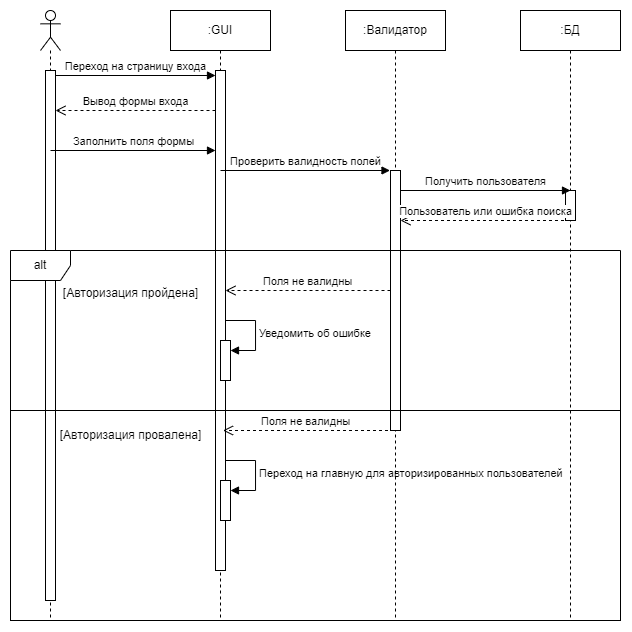
Above: docs/sequence.png in AS2/habrolink (draw.io), before the change. Source tidied: cells renumbered, new cells last; positions are measured from the earlier drawing's top-left corner, leaving out a move shared by most shapes. Source of this version:
```xml
<mxGraphModel>
  <root>
    <mxCell id="0" />
    <mxCell id="1" parent="0" />
    <mxCell id="2" style="rounded=0;whiteSpace=wrap;html=1;fillColor=none;" parent="1" vertex="1">
      <mxGeometry y="400" width="610" height="210" as="geometry" />
    </mxCell>
    <mxCell id="3" value=":GUI" style="shape=umlLifeline;perimeter=lifelinePerimeter;whiteSpace=wrap;html=1;newEdgeStyle={&quot;edgeStyle&quot;:&quot;elbowEdgeStyle&quot;,&quot;elbow&quot;:&quot;vertical&quot;,&quot;curved&quot;:0,&quot;rounded&quot;:0};" parent="1" vertex="1">
      <mxGeometry x="160" width="100" height="610" as="geometry" />
    </mxCell>
    <mxCell id="4" style="html=1;points=[];perimeter=orthogonalPerimeter;outlineConnect=0;targetShapes=umlLifeline;portConstraint=eastwest;newEdgeStyle={&quot;edgeStyle&quot;:&quot;elbowEdgeStyle&quot;,&quot;elbow&quot;:&quot;vertical&quot;,&quot;curved&quot;:0,&quot;rounded&quot;:0};" parent="3" vertex="1">
      <mxGeometry x="45" y="60" width="10" height="500" as="geometry" />
    </mxCell>
    <mxCell id="5" style="html=1;points=[[0,0,0,0,5],[0,1,0,0,-5],[1,0,0,0,5],[1,1,0,0,-5]];perimeter=orthogonalPerimeter;outlineConnect=0;targetShapes=umlLifeline;portConstraint=eastwest;newEdgeStyle={&quot;curved&quot;:0,&quot;rounded&quot;:0};" parent="3" vertex="1">
      <mxGeometry x="50" y="470" width="10" height="40" as="geometry" />
    </mxCell>
    <mxCell id="6" value="Переход на главную для авторизированных пользователей" style="html=1;align=left;spacingLeft=2;endArrow=block;rounded=0;edgeStyle=orthogonalEdgeStyle;curved=0;rounded=0;" parent="3" edge="1" target="5">
      <mxGeometry relative="1" as="geometry">
        <mxPoint x="55" y="450" as="sourcePoint" />
        <Array as="points">
          <mxPoint x="85" y="480" />
        </Array>
      </mxGeometry>
    </mxCell>
    <mxCell id="7" value=":Валидатор" style="shape=umlLifeline;perimeter=lifelinePerimeter;whiteSpace=wrap;html=1;newEdgeStyle={&quot;edgeStyle&quot;:&quot;elbowEdgeStyle&quot;,&quot;elbow&quot;:&quot;vertical&quot;,&quot;curved&quot;:0,&quot;rounded&quot;:0};" parent="1" vertex="1">
      <mxGeometry x="335" width="100" height="610" as="geometry" />
    </mxCell>
    <mxCell id="8" style="html=1;perimeter=orthogonalPerimeter;targetShapes=umlLifeline;newEdgeStyle={&quot;edgeStyle&quot;:&quot;elbowEdgeStyle&quot;,&quot;elbow&quot;:&quot;vertical&quot;,&quot;curved&quot;:0,&quot;rounded&quot;:0};" parent="7" vertex="1">
      <mxGeometry x="45" y="160" width="10" height="260" as="geometry" />
    </mxCell>
    <mxCell id="9" value=":БД" style="shape=umlLifeline;perimeter=lifelinePerimeter;whiteSpace=wrap;html=1;outlineConnect=0;portConstraint=eastwest;newEdgeStyle={&quot;edgeStyle&quot;:&quot;elbowEdgeStyle&quot;,&quot;elbow&quot;:&quot;vertical&quot;,&quot;curved&quot;:0,&quot;rounded&quot;:0};" parent="1" vertex="1">
      <mxGeometry x="510" width="100" height="610" as="geometry" />
    </mxCell>
    <mxCell id="10" style="html=1;perimeter=orthogonalPerimeter;targetShapes=umlLifeline;newEdgeStyle={&quot;edgeStyle&quot;:&quot;elbowEdgeStyle&quot;,&quot;elbow&quot;:&quot;vertical&quot;,&quot;curved&quot;:0,&quot;rounded&quot;:0};" parent="9" vertex="1">
      <mxGeometry x="45" y="180" width="10" height="30" as="geometry" />
    </mxCell>
    <mxCell id="11" style="shape=umlLifeline;perimeter=lifelinePerimeter;whiteSpace=wrap;html=1;newEdgeStyle={&quot;curved&quot;:0,&quot;rounded&quot;:0};participant=umlActor;" parent="1" vertex="1">
      <mxGeometry x="30" width="20" height="610" as="geometry" />
    </mxCell>
    <mxCell id="12" style="html=1;points=[[0,0,0,0,5],[0,1,0,0,-5],[1,0,0,0,5],[1,1,0,0,-5]];perimeter=orthogonalPerimeter;outlineConnect=0;targetShapes=umlLifeline;portConstraint=eastwest;newEdgeStyle={&quot;curved&quot;:0,&quot;rounded&quot;:0};" parent="11" vertex="1">
      <mxGeometry x="5" y="60" width="10" height="530" as="geometry" />
    </mxCell>
    <mxCell id="13" value="Переход на страницу входа" style="html=1;verticalAlign=bottom;endArrow=block;curved=0;rounded=0;exitX=1;exitY=0;exitDx=0;exitDy=5;exitPerimeter=0;" parent="1" edge="1" source="12" target="4">
      <mxGeometry relative="1" as="geometry" />
    </mxCell>
    <mxCell id="14" value="Вывод формы входа" style="html=1;verticalAlign=bottom;endArrow=open;dashed=1;endSize=8;curved=0;rounded=0;" parent="1" edge="1">
      <mxGeometry relative="1" as="geometry">
        <mxPoint x="205" y="100" as="sourcePoint" />
        <mxPoint x="45" y="100" as="targetPoint" />
      </mxGeometry>
    </mxCell>
    <mxCell id="15" value="Заполнить поля формы" style="html=1;verticalAlign=bottom;endArrow=block;curved=0;rounded=0;exitX=1;exitY=0;exitDx=0;exitDy=5;exitPerimeter=0;" parent="1" edge="1">
      <mxGeometry relative="1" as="geometry">
        <mxPoint x="40" y="140" as="sourcePoint" />
        <mxPoint x="205" y="140" as="targetPoint" />
      </mxGeometry>
    </mxCell>
    <mxCell id="16" value="Проверить валидность полей" style="html=1;verticalAlign=bottom;endArrow=block;curved=0;rounded=0;" parent="1" edge="1">
      <mxGeometry relative="1" as="geometry">
        <mxPoint x="210" y="160" as="sourcePoint" />
        <mxPoint x="379.5" y="160" as="targetPoint" />
      </mxGeometry>
    </mxCell>
    <mxCell id="17" value="Получить пользователя" style="html=1;verticalAlign=bottom;endArrow=block;curved=0;rounded=0;" parent="1" edge="1">
      <mxGeometry relative="1" as="geometry">
        <mxPoint x="390" y="180" as="sourcePoint" />
        <mxPoint x="560" y="180" as="targetPoint" />
      </mxGeometry>
    </mxCell>
    <mxCell id="18" value="Пользователь или ошибка поиска" style="html=1;verticalAlign=bottom;endArrow=open;dashed=1;endSize=8;curved=0;rounded=0;" parent="1" edge="1" source="9">
      <mxGeometry relative="1" as="geometry">
        <mxPoint x="390" y="210" as="targetPoint" />
      </mxGeometry>
    </mxCell>
    <mxCell id="19" value="alt" style="shape=umlFrame;whiteSpace=wrap;html=1;width=60;height=30;" parent="1" vertex="1">
      <mxGeometry y="240" width="610" height="160" as="geometry" />
    </mxCell>
    <mxCell id="20" value="Поля не валидны" style="html=1;verticalAlign=bottom;endArrow=open;dashed=1;endSize=8;curved=0;rounded=0;" parent="1" edge="1">
      <mxGeometry relative="1" as="geometry">
        <mxPoint x="380" y="280" as="sourcePoint" />
        <mxPoint x="215" y="280" as="targetPoint" />
      </mxGeometry>
    </mxCell>
    <mxCell id="21" style="html=1;points=[[0,0,0,0,5],[0,1,0,0,-5],[1,0,0,0,5],[1,1,0,0,-5]];perimeter=orthogonalPerimeter;outlineConnect=0;targetShapes=umlLifeline;portConstraint=eastwest;newEdgeStyle={&quot;curved&quot;:0,&quot;rounded&quot;:0};" parent="1" vertex="1">
      <mxGeometry x="210" y="330" width="10" height="40" as="geometry" />
    </mxCell>
    <mxCell id="22" value="Уведомить об ошибке" style="html=1;align=left;spacingLeft=2;endArrow=block;rounded=0;edgeStyle=orthogonalEdgeStyle;curved=0;rounded=0;" parent="1" edge="1" target="21">
      <mxGeometry relative="1" as="geometry">
        <mxPoint x="215" y="310" as="sourcePoint" />
        <Array as="points">
          <mxPoint x="245" y="340" />
        </Array>
      </mxGeometry>
    </mxCell>
    <mxCell id="23" value="Поля не валидны" style="html=1;verticalAlign=bottom;endArrow=open;dashed=1;endSize=8;curved=0;rounded=0;" parent="1" edge="1">
      <mxGeometry relative="1" as="geometry">
        <mxPoint x="377.5" y="420" as="sourcePoint" />
        <mxPoint x="212.5" y="420" as="targetPoint" />
      </mxGeometry>
    </mxCell>
    <mxCell id="24" value="[Авторизация пройдена]" style="text;html=1;align=center;verticalAlign=middle;strokeColor=none;fillColor=none;" parent="1" vertex="1">
      <mxGeometry x="40" y="268" width="160" height="30" as="geometry" />
    </mxCell>
    <mxCell id="25" value="[Авторизация провалена]" style="text;html=1;align=center;verticalAlign=middle;strokeColor=none;fillColor=none;" parent="1" vertex="1">
      <mxGeometry x="35" y="410" width="170" height="30" as="geometry" />
    </mxCell>
  </root>
</mxGraphModel>
```
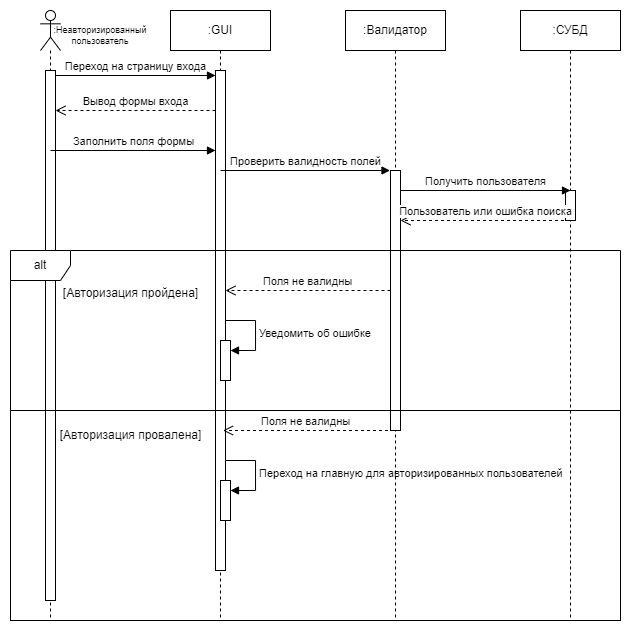
Later version of the same file.

The edit, as a diff of the source:
```diff
@@ -28,7 +28,7 @@
     <mxCell id="8" style="html=1;perimeter=orthogonalPerimeter;targetShapes=umlLifeline;newEdgeStyle={&quot;edgeStyle&quot;:&quot;elbowEdgeStyle&quot;,&quot;elbow&quot;:&quot;vertical&quot;,&quot;curved&quot;:0,&quot;rounded&quot;:0};" parent="7" vertex="1">
       <mxGeometry x="45" y="160" width="10" height="260" as="geometry" />
     </mxCell>
-    <mxCell id="9" value=":БД" style="shape=umlLifeline;perimeter=lifelinePerimeter;whiteSpace=wrap;html=1;outlineConnect=0;portConstraint=eastwest;newEdgeStyle={&quot;edgeStyle&quot;:&quot;elbowEdgeStyle&quot;,&quot;elbow&quot;:&quot;vertical&quot;,&quot;curved&quot;:0,&quot;rounded&quot;:0};" parent="1" vertex="1">
+    <mxCell id="9" value=":СУБД" style="shape=umlLifeline;perimeter=lifelinePerimeter;whiteSpace=wrap;html=1;outlineConnect=0;portConstraint=eastwest;newEdgeStyle={&quot;edgeStyle&quot;:&quot;elbowEdgeStyle&quot;,&quot;elbow&quot;:&quot;vertical&quot;,&quot;curved&quot;:0,&quot;rounded&quot;:0};" parent="1" vertex="1">
       <mxGeometry x="510" width="100" height="610" as="geometry" />
     </mxCell>
     <mxCell id="10" style="html=1;perimeter=orthogonalPerimeter;targetShapes=umlLifeline;newEdgeStyle={&quot;edgeStyle&quot;:&quot;elbowEdgeStyle&quot;,&quot;elbow&quot;:&quot;vertical&quot;,&quot;curved&quot;:0,&quot;rounded&quot;:0};" parent="9" vertex="1">
@@ -104,5 +104,8 @@
     <mxCell id="25" value="[Авторизация провалена]" style="text;html=1;align=center;verticalAlign=middle;strokeColor=none;fillColor=none;" parent="1" vertex="1">
       <mxGeometry x="35" y="410" width="170" height="30" as="geometry" />
     </mxCell>
+    <mxCell id="26" value=":Неавторизированный пользователь" style="text;html=1;strokeColor=none;fillColor=none;align=center;verticalAlign=middle;whiteSpace=wrap;rounded=0;fontSize=9;" parent="1" vertex="1">
+      <mxGeometry x="60" y="10" width="60" height="30" as="geometry" />
+    </mxCell>
   </root>
 </mxGraphModel>
```
